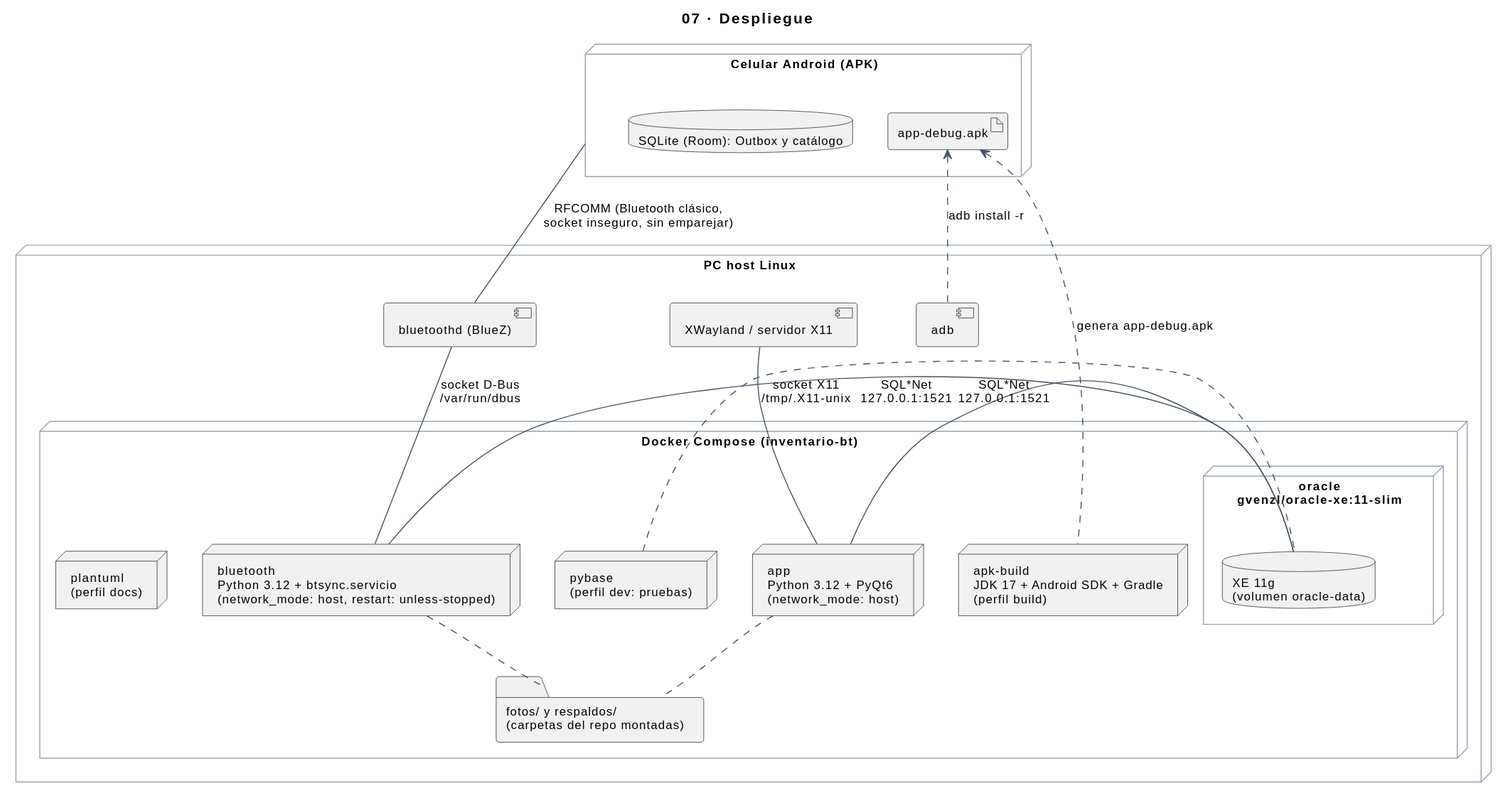
This is docs/img/uml/07-despliegue.svg from sebas-archive/kardex-bt, a PlantUML export, as it was before one commit.
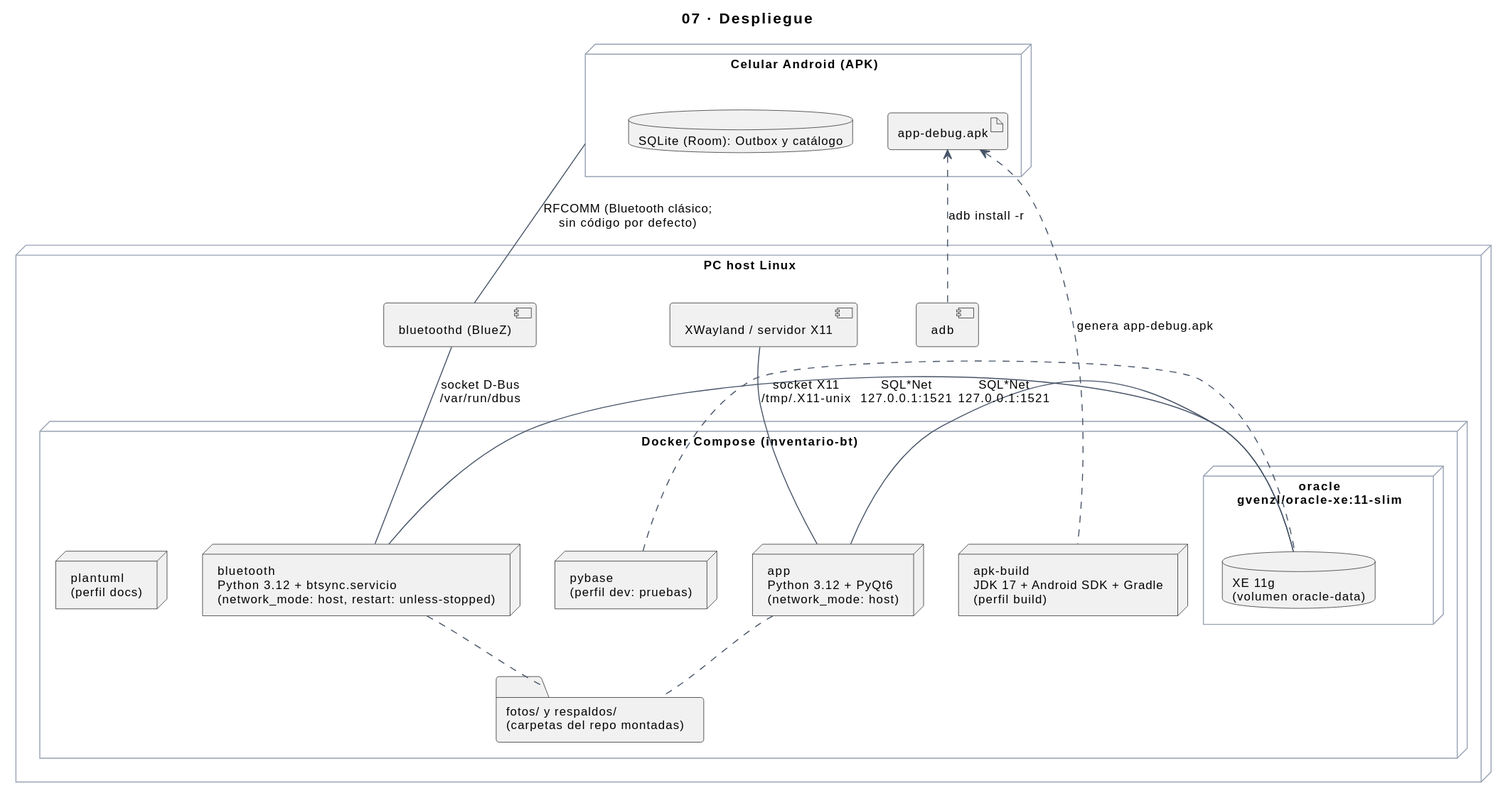
The same file after the commit.

The edit, as a diff of the source:
```diff
@@ -24,7 +24,7 @@
   }
 }
 
-cel -down- bluez : RFCOMM (Bluetooth clásico,\nsocket inseguro, sin emparejar)
+cel -down- bluez : RFCOMM (Bluetooth clásico;\nsin código por defecto)
 bluez -down- c_bt : socket D-Bus\n/var/run/dbus
 c_bt -right- xe : SQL*Net\n127.0.0.1:1521
 c_bt .. carpetas
```
